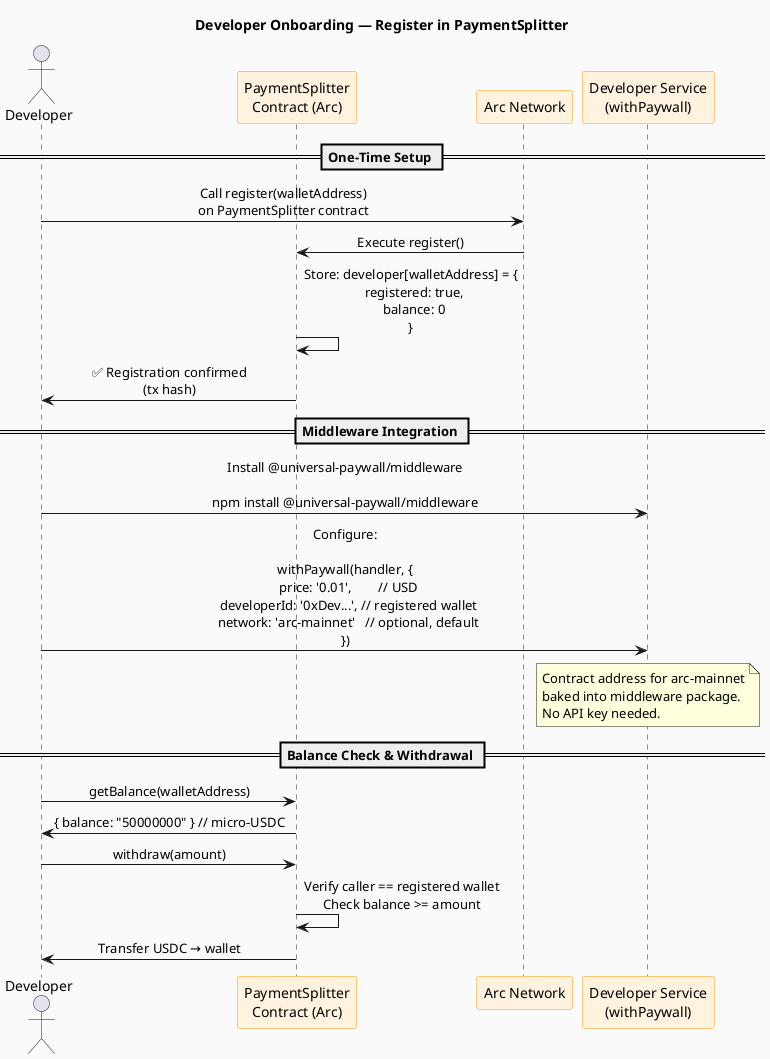
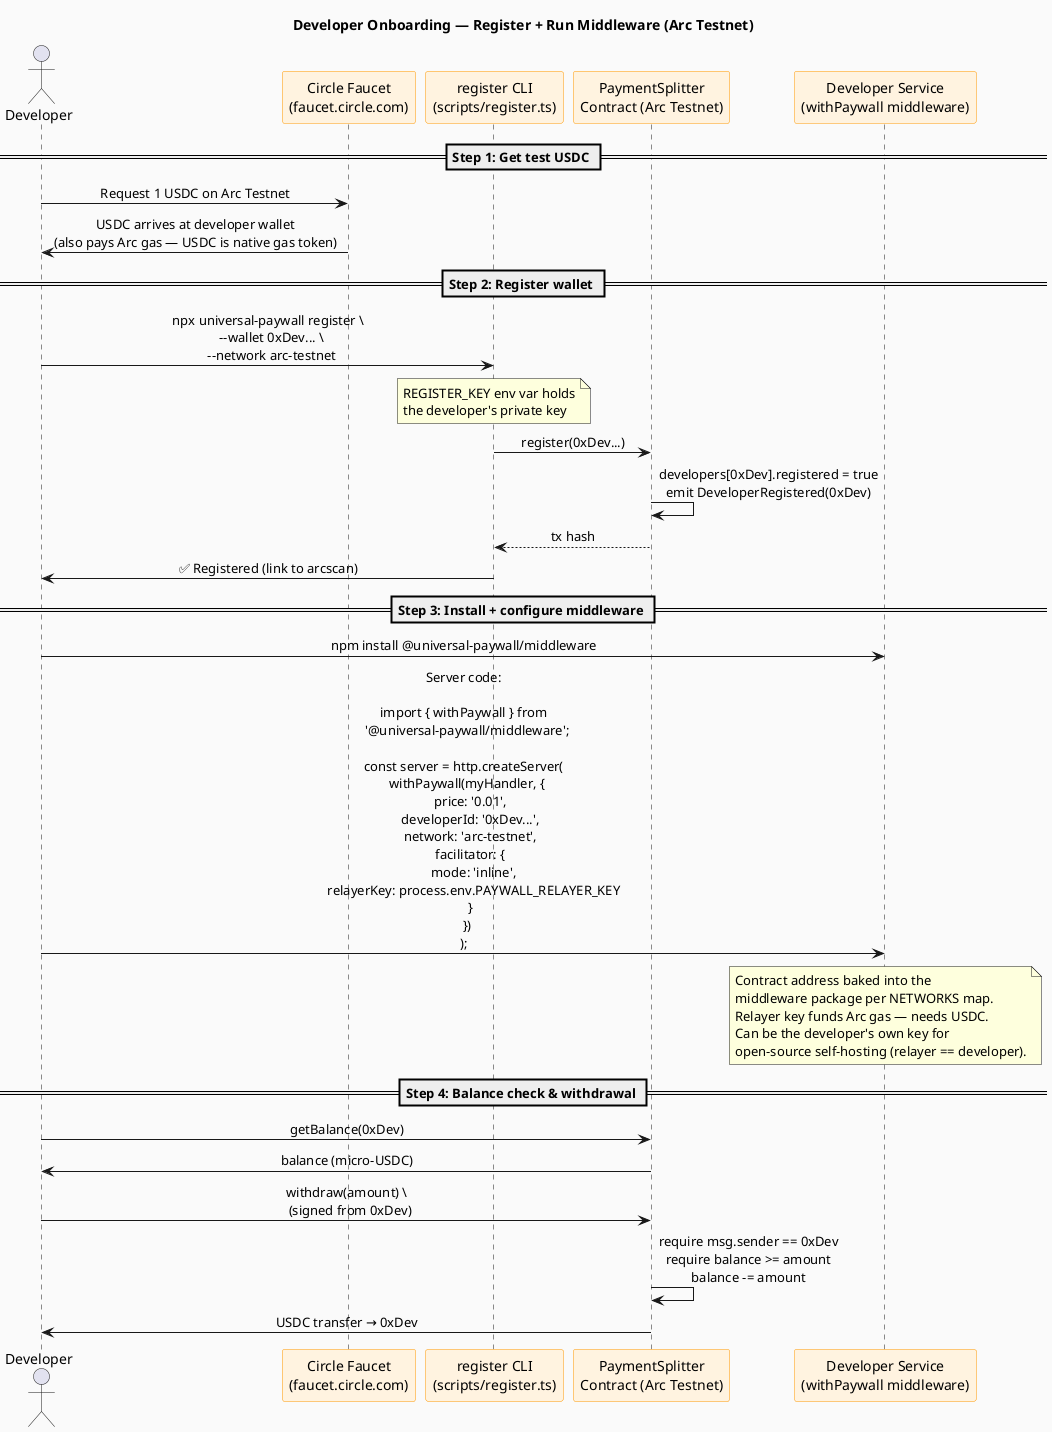
@startuml developer-onboarding
- title Developer Onboarding — Register in PaymentSplitter
+ title Developer Onboarding — Register + Run Middleware (Arc Testnet)

skinparam sequenceMessageAlign center
skinparam backgroundColor #FAFAFA
skinparam participantBackgroundColor #FFF3E0
skinparam participantBorderColor #FF9800

actor "Developer" as Dev
- participant "PaymentSplitter\nContract (Arc)" as Contract
- participant "Arc Network" as Arc
- participant "Developer Service\n(withPaywall)" as Service
+ participant "Circle Faucet\n(faucet.circle.com)" as Faucet
+ participant "register CLI\n(scripts/register.ts)" as CLI
+ participant "PaymentSplitter\nContract (Arc Testnet)" as Splitter
+ participant "Developer Service\n(withPaywall middleware)" as Service

- == One-Time Setup ==
+ == Step 1: Get test USDC ==
+ Dev -> Faucet : Request 1 USDC on Arc Testnet
+ Faucet -> Dev : USDC arrives at developer wallet\n(also pays Arc gas — USDC is native gas token)

- Dev -> Arc : Call register(walletAddress)\non PaymentSplitter contract
+ == Step 2: Register wallet ==
+ Dev -> CLI : npx universal-paywall register \\\n  --wallet 0xDev... \\\n  --network arc-testnet
+ note over CLI : REGISTER_KEY env var holds\nthe developer's private key
+ CLI -> Splitter : register(0xDev...)
+ Splitter -> Splitter : developers[0xDev].registered = true\nemit DeveloperRegistered(0xDev)
+ Splitter --> CLI : tx hash
+ CLI -> Dev : ✅ Registered (link to arcscan)

- Arc -> Contract : Execute register()
- Contract -> Contract : Store: developer[walletAddress] = {\n  registered: true,\n  balance: 0\n}
- Contract -> Dev : ✅ Registration confirmed\n(tx hash)
+ == Step 3: Install + configure middleware ==
+ Dev -> Service : npm install @universal-paywall/middleware

- == Middleware Integration ==
+ Dev -> Service : Server code:\n\nimport { withPaywall } from\n  '@universal-paywall/middleware';\n\nconst server = http.createServer(\n  withPaywall(myHandler, {\n    price: '0.01',\n    developerId: '0xDev...',\n    network: 'arc-testnet',\n    facilitator: {\n      mode: 'inline',\n      relayerKey: process.env.PAYWALL_RELAYER_KEY\n    }\n  })\n);

- Dev -> Service : Install @universal-paywall/middleware\n\nnpm install @universal-paywall/middleware
+ note over Service
+   Contract address baked into the
+   middleware package per NETWORKS map.
+   Relayer key funds Arc gas — needs USDC.
+   Can be the developer's own key for
+   open-source self-hosting (relayer == developer).
+ end note

- Dev -> Service : Configure:\n\nwithPaywall(handler, {\n  price: '0.01',        // USD\n  developerId: '0xDev...', // registered wallet\n  network: 'arc-mainnet'   // optional, default\n})
+ == Step 4: Balance check & withdrawal ==

- note over Service : Contract address for arc-mainnet\nbaked into middleware package.\nNo API key needed.
+ Dev -> Splitter : getBalance(0xDev)
+ Splitter -> Dev : balance (micro-USDC)

- == Balance Check & Withdrawal ==
- 
- Dev -> Contract : getBalance(walletAddress)
- Contract -> Dev : { balance: "50000000" } // micro-USDC
- 
- Dev -> Contract : withdraw(amount)
- Contract -> Contract : Verify caller == registered wallet\nCheck balance >= amount
- Contract -> Dev : Transfer USDC → wallet
+ Dev -> Splitter : withdraw(amount) \\\n  (signed from 0xDev)
+ Splitter -> Splitter : require msg.sender == 0xDev\nrequire balance >= amount\nbalance -= amount
+ Splitter -> Dev : USDC transfer → 0xDev

@enduml
